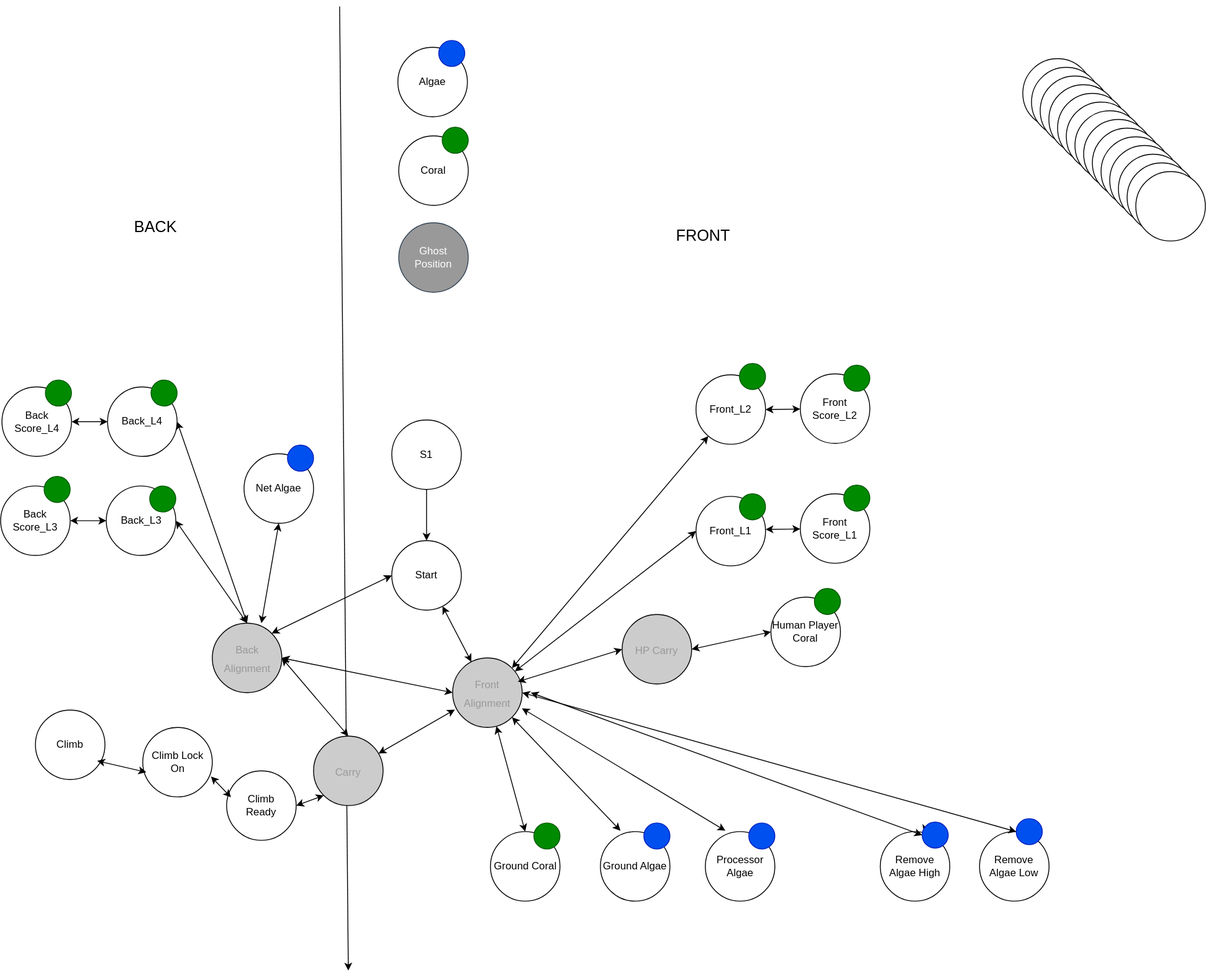
Before: src/main/java/frc/robot/subsystems/ArmControl/ArmGraph.drawio.svg, a diagram exported from draw.io (RossRambotics/2025-ReefScape). Source tidied: cells renumbered, new cells last; positions are measured from the earlier drawing's top-left corner, leaving out a move shared by most shapes.
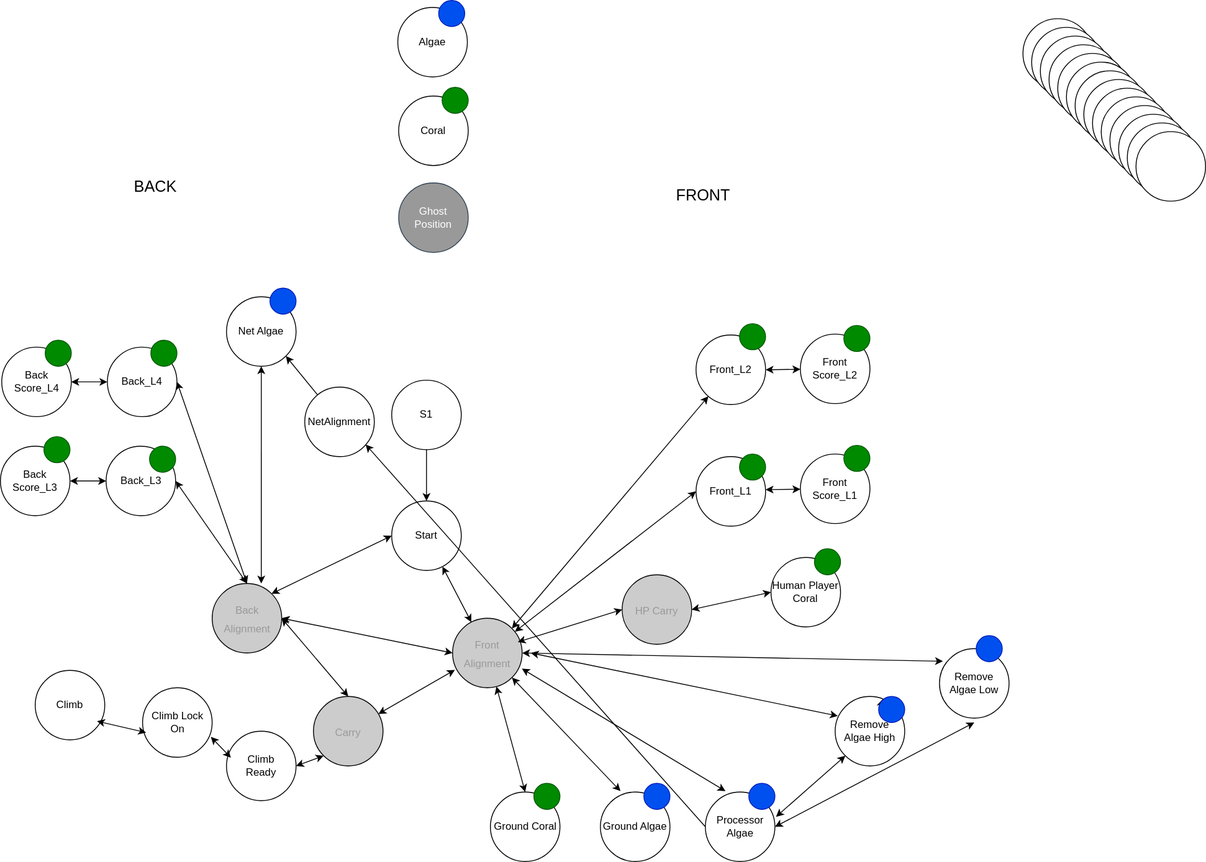
The same diagram one commit later.

The edit, as a diff of the source:
```diff
@@ -23,12 +23,6 @@
     <mxCell id="8" value="Ground Coral" style="ellipse;whiteSpace=wrap;html=1;" parent="1" vertex="1">
       <mxGeometry x="563.5" y="950" width="80" height="80" as="geometry" />
     </mxCell>
-    <mxCell id="9" style="edgeStyle=none;orthogonalLoop=1;jettySize=auto;html=1;" parent="1" edge="1">
-      <mxGeometry relative="1" as="geometry">
-        <mxPoint x="390" as="sourcePoint" />
-        <mxPoint x="400" y="1110" as="targetPoint" />
-      </mxGeometry>
-    </mxCell>
     <mxCell id="10" value="Ground Algae" style="ellipse;whiteSpace=wrap;html=1;" parent="1" vertex="1">
       <mxGeometry x="690" y="950" width="80" height="80" as="geometry" />
     </mxCell>
@@ -214,10 +208,10 @@
       <mxGeometry relative="1" as="geometry" />
     </mxCell>
     <mxCell id="70" value="&amp;nbsp;Net Algae" style="ellipse;whiteSpace=wrap;html=1;" parent="1" vertex="1">
-      <mxGeometry x="280" y="515" width="80" height="80" as="geometry" />
+      <mxGeometry x="260" y="380" width="80" height="80" as="geometry" />
     </mxCell>
     <mxCell id="71" style="ellipse;whiteSpace=wrap;html=1;fillColor=#0050ef;fontColor=#ffffff;strokeColor=#001DBC;" parent="1" vertex="1">
-      <mxGeometry x="330" y="505" width="30" height="30" as="geometry" />
+      <mxGeometry x="310" y="370" width="30" height="30" as="geometry" />
     </mxCell>
     <mxCell id="72" style="edgeStyle=none;html=1;exitX=0.5;exitY=1;exitDx=0;exitDy=0;fontSize=12;startArrow=classic;startFill=1;entryX=0.706;entryY=0;entryDx=0;entryDy=0;entryPerimeter=0;" parent="1" edge="1" source="70" target="43">
       <mxGeometry relative="1" as="geometry" />
@@ -226,26 +220,26 @@
       <mxGeometry relative="1" as="geometry" />
     </mxCell>
     <mxCell id="74" value="Remove Algae High" style="ellipse;whiteSpace=wrap;html=1;" parent="1" vertex="1">
-      <mxGeometry x="1012" y="950" width="80" height="80" as="geometry" />
+      <mxGeometry x="960" y="840" width="80" height="80" as="geometry" />
     </mxCell>
     <mxCell id="75" style="edgeStyle=none;html=1;exitX=0;exitY=0;exitDx=0;exitDy=0;" parent="1" edge="1" source="76" target="74">
       <mxGeometry relative="1" as="geometry" />
     </mxCell>
     <mxCell id="76" style="ellipse;whiteSpace=wrap;html=1;fillColor=#0050ef;fontColor=#ffffff;strokeColor=#001DBC;" parent="1" vertex="1">
-      <mxGeometry x="1060.2" y="939" width="30" height="30" as="geometry" />
+      <mxGeometry x="1010" y="840" width="30" height="30" as="geometry" />
     </mxCell>
-    <mxCell id="77" style="edgeStyle=none;html=1;fontSize=12;startArrow=classic;startFill=1;exitX=0;exitY=0.5;exitDx=0;exitDy=0;" parent="1" edge="1" source="76">
+    <mxCell id="77" style="edgeStyle=none;html=1;fontSize=12;startArrow=classic;startFill=1;exitX=0.038;exitY=0.281;exitDx=0;exitDy=0;exitPerimeter=0;" parent="1" edge="1" source="74">
       <mxGeometry relative="1" as="geometry">
         <mxPoint x="610" y="790" as="targetPoint" />
       </mxGeometry>
     </mxCell>
     <mxCell id="78" value="Remove Algae Low" style="ellipse;whiteSpace=wrap;html=1;" parent="1" vertex="1">
-      <mxGeometry x="1126.2" y="950" width="80" height="80" as="geometry" />
+      <mxGeometry x="1080" y="785" width="80" height="80" as="geometry" />
     </mxCell>
     <mxCell id="79" style="ellipse;whiteSpace=wrap;html=1;fillColor=#0050ef;fontColor=#ffffff;strokeColor=#001DBC;" parent="1" vertex="1">
-      <mxGeometry x="1168.4" y="935" width="30" height="30" as="geometry" />
+      <mxGeometry x="1122.2" y="770" width="30" height="30" as="geometry" />
     </mxCell>
-    <mxCell id="80" style="edgeStyle=none;html=1;fontSize=12;startArrow=classic;startFill=1;exitX=0;exitY=0.5;exitDx=0;exitDy=0;entryX=1;entryY=0.5;entryDx=0;entryDy=0;" parent="1" edge="1" source="79" target="48">
+    <mxCell id="80" style="edgeStyle=none;html=1;fontSize=12;startArrow=classic;startFill=1;exitX=0.05;exitY=0.181;exitDx=0;exitDy=0;entryX=1;entryY=0.5;entryDx=0;entryDy=0;exitPerimeter=0;" parent="1" edge="1" source="78" target="48">
       <mxGeometry relative="1" as="geometry" />
     </mxCell>
     <mxCell id="81" value="Climb" style="ellipse;whiteSpace=wrap;html=1;gradientColor=none;" parent="1" vertex="1">
@@ -272,5 +266,24 @@
     <mxCell id="88" style="edgeStyle=none;html=1;exitX=0.938;exitY=0.342;exitDx=0;exitDy=0;fontSize=12;startArrow=classic;startFill=1;exitPerimeter=0;entryX=0;entryY=0.5;entryDx=0;entryDy=0;" parent="1" edge="1" source="48" target="87">
       <mxGeometry relative="1" as="geometry" />
     </mxCell>
+    <mxCell id="89" style="edgeStyle=none;html=1;exitX=1.016;exitY=0.356;exitDx=0;exitDy=0;fontSize=12;startArrow=classic;startFill=1;entryX=0;entryY=1;entryDx=0;entryDy=0;exitPerimeter=0;" parent="1" edge="1" source="67" target="74">
+      <mxGeometry relative="1" as="geometry" />
+    </mxCell>
+    <mxCell id="90" style="edgeStyle=none;html=1;exitX=1;exitY=0.5;exitDx=0;exitDy=0;fontSize=12;startArrow=classic;startFill=1;" parent="1" edge="1" source="67">
+      <mxGeometry relative="1" as="geometry">
+        <mxPoint x="1120" y="870" as="targetPoint" />
+      </mxGeometry>
+    </mxCell>
+    <mxCell id="91" style="edgeStyle=none;html=1;fontSize=12;startArrow=classic;startFill=1;endArrow=none;endFill=0;entryX=0;entryY=0.5;entryDx=0;entryDy=0;" parent="1" edge="1" target="67">
+      <mxGeometry relative="1" as="geometry">
+        <mxPoint x="420" y="550" as="sourcePoint" />
+      </mxGeometry>
+    </mxCell>
+    <mxCell id="92" value="NetAlignment" style="ellipse;whiteSpace=wrap;html=1;" parent="1" vertex="1">
+      <mxGeometry x="350" y="484" width="80" height="80" as="geometry" />
+    </mxCell>
+    <mxCell id="93" style="edgeStyle=none;html=1;exitX=1;exitY=1;exitDx=0;exitDy=0;fontSize=12;startArrow=classic;startFill=1;endArrow=none;endFill=0;" parent="1" edge="1" source="70" target="92">
+      <mxGeometry relative="1" as="geometry" />
+    </mxCell>
   </root>
 </mxGraphModel>
```
